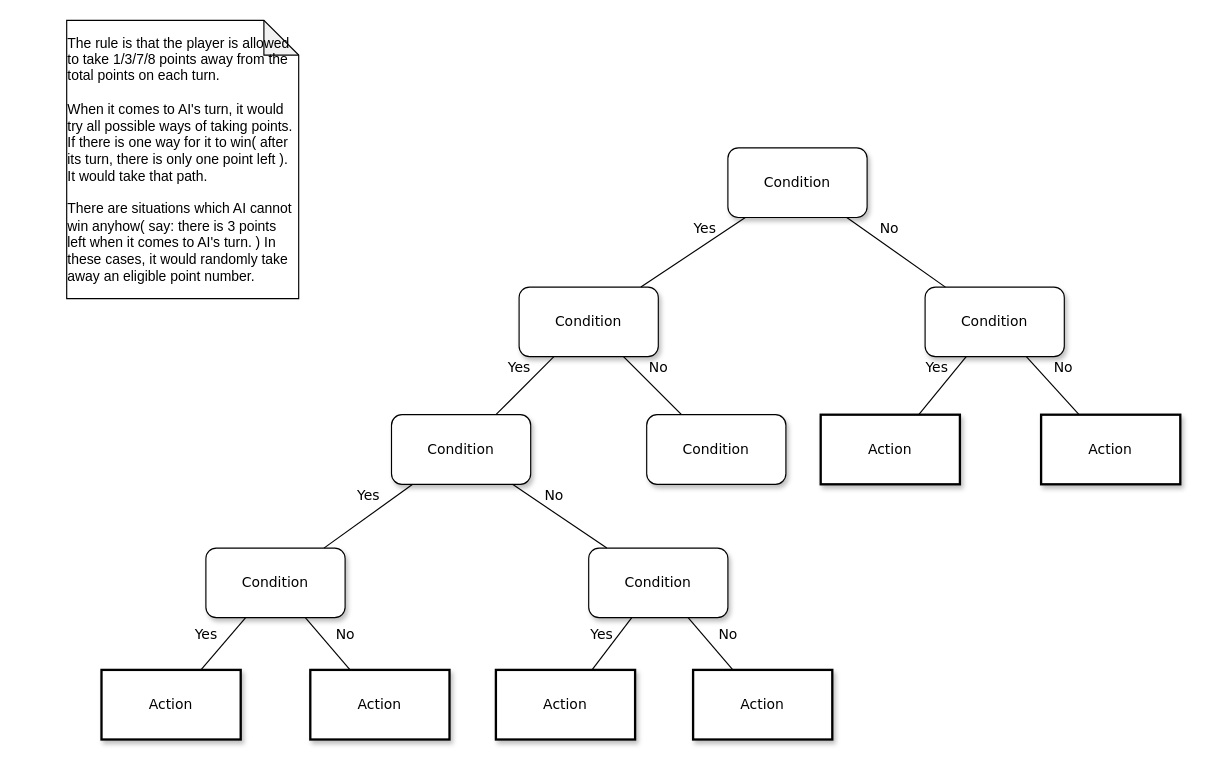
Before: Untitled Diagram.drawio in SabrinaWong0105/AI_minMax, a draw.io diagram. Source tidied: cells renumbered, new cells numbered last; positions are measured from the earlier drawing's top-left corner, leaving out a move shared by most shapes. Both pictures are drawn from the tidied source at 116%, with x=0, y=0 at pixel (66, 20).
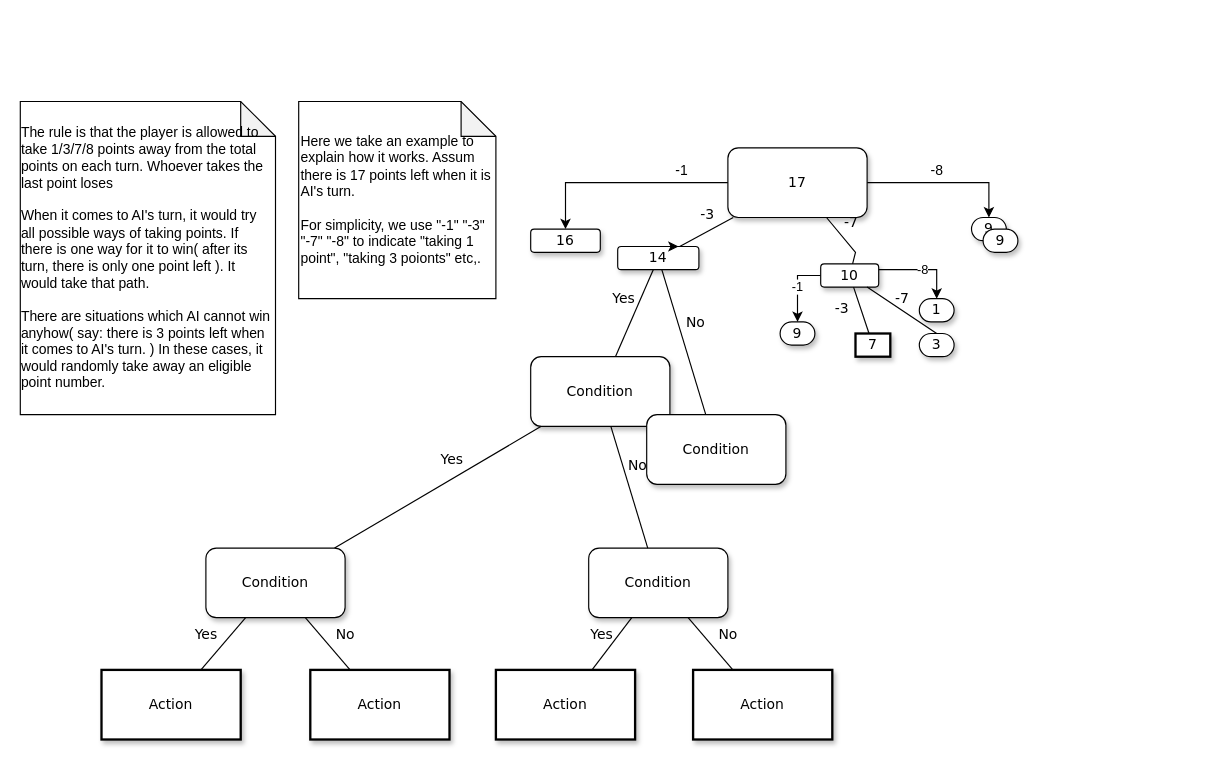
The same diagram, later.

Commit message:
part of diagram

What changed in the source:
```diff
@@
+    <mxCell id="28" style="edgeStyle=orthogonalEdgeStyle;rounded=0;jettySize=auto;html=1;exitX=0;exitY=0.5;exitDx=0;exitDy=0;entryX=0.5;entryY=0;entryDx=0;entryDy=0;" parent="1" edge="1" source="2" target="33">
+      <mxGeometry relative="1" as="geometry" />
+    </mxCell>
+    <mxCell id="29" style="edgeStyle=orthogonalEdgeStyle;rounded=0;jettySize=auto;html=1;exitX=1;exitY=0.5;exitDx=0;exitDy=0;entryX=0.5;entryY=0;entryDx=0;entryDy=0;" parent="1" edge="1" source="2" target="35">
+      <mxGeometry relative="1" as="geometry" />
+    </mxCell>
-    <mxCell id="2" value="Condition" style="whiteSpace=wrap;html=1;rounded=1;shadow=1;labelBackgroundColor=none;strokeWidth=1;fontFamily=Verdana;fontSize=12;align=center;" parent="1" vertex="1">
+    <mxCell id="2" value="17" style="whiteSpace=wrap;html=1;rounded=1;shadow=1;labelBackgroundColor=none;strokeWidth=1;fontFamily=Verdana;fontSize=12;align=center;" parent="1" vertex="1">
       <mxGeometry x="570" y="110" width="120" height="60" as="geometry" />
     </mxCell>
-    <mxCell id="3" value="&lt;span&gt;Condition&lt;/span&gt;" style="whiteSpace=wrap;html=1;rounded=1;shadow=1;labelBackgroundColor=none;strokeWidth=1;fontFamily=Verdana;fontSize=12;align=center;" parent="1" vertex="1">
-      <mxGeometry x="390" y="230" width="120" height="60" as="geometry" />
+    <mxCell id="3" value="&lt;span&gt;14&lt;/span&gt;" style="whiteSpace=wrap;html=1;rounded=1;shadow=1;labelBackgroundColor=none;strokeWidth=1;fontFamily=Verdana;fontSize=12;align=center;" parent="1" vertex="1">
+      <mxGeometry x="475" y="195" width="70" height="20" as="geometry" />
     </mxCell>
+    <mxCell id="30" value="-1" style="edgeStyle=orthogonalEdgeStyle;rounded=0;jettySize=auto;html=1;exitX=0;exitY=0.5;exitDx=0;exitDy=0;entryX=0.5;entryY=0;entryDx=0;entryDy=0;" parent="1" edge="1" source="4" target="40">
+      <mxGeometry relative="1" as="geometry" />
+    </mxCell>
+    <mxCell id="31" value="-8" style="edgeStyle=orthogonalEdgeStyle;rounded=0;jettySize=auto;html=1;exitX=1;exitY=0.25;exitDx=0;exitDy=0;entryX=0.5;entryY=0;entryDx=0;entryDy=0;" parent="1" edge="1" source="4" target="39">
+      <mxGeometry relative="1" as="geometry" />
+    </mxCell>
-    <mxCell id="4" value="&lt;span&gt;Condition&lt;/span&gt;" style="whiteSpace=wrap;html=1;rounded=1;shadow=1;labelBackgroundColor=none;strokeWidth=1;fontFamily=Verdana;fontSize=12;align=center;" parent="1" vertex="1">
-      <mxGeometry x="740" y="230" width="120" height="60" as="geometry" />
+    <mxCell id="4" value="&lt;span&gt;10&lt;/span&gt;" style="whiteSpace=wrap;html=1;rounded=1;shadow=1;labelBackgroundColor=none;strokeWidth=1;fontFamily=Verdana;fontSize=12;align=center;" parent="1" vertex="1">
+      <mxGeometry x="650" y="210" width="50" height="20" as="geometry" />
     </mxCell>
-    <mxCell id="5" value="No" style="rounded=0;html=1;labelBackgroundColor=none;startArrow=none;startFill=0;startSize=5;endArrow=none;endFill=0;endSize=5;jettySize=auto;strokeWidth=1;fontFamily=Verdana;fontSize=12;" parent="1" edge="1" source="2" target="4">
-      <mxGeometry x="-0.3" y="13" relative="1" as="geometry" />
+    <mxCell id="5" value="-7" style="rounded=0;html=1;labelBackgroundColor=none;startArrow=none;startFill=0;startSize=5;endArrow=none;endFill=0;endSize=5;jettySize=auto;strokeWidth=1;fontFamily=Verdana;fontSize=12;" parent="1" edge="1" source="2" target="4">
+      <mxGeometry x="-0.3" y="13" relative="1" as="geometry">
+        <Array as="points">
+          <mxPoint x="680" y="200" />
+        </Array>
+      </mxGeometry>
     </mxCell>
-    <mxCell id="6" value="Yes" style="rounded=0;html=1;labelBackgroundColor=none;startArrow=none;startFill=0;startSize=5;endArrow=none;endFill=0;endSize=5;jettySize=auto;strokeWidth=1;fontFamily=Verdana;fontSize=12;" parent="1" edge="1" source="2" target="3">
+    <mxCell id="6" value="-3&amp;nbsp;" style="rounded=0;labelBackgroundColor=none;startArrow=none;startFill=0;startSize=5;endArrow=none;endFill=0;endSize=5;jettySize=auto;strokeWidth=1;fontFamily=Verdana;fontSize=12;html=1;" parent="1" edge="1" source="2" target="3">
       <mxGeometry x="-0.36" y="-11" relative="1" as="geometry" />
     </mxCell>
     <mxCell id="7" value="&lt;span&gt;Condition&lt;/span&gt;" style="whiteSpace=wrap;html=1;rounded=1;shadow=1;labelBackgroundColor=none;strokeWidth=1;fontFamily=Verdana;fontSize=12;align=center;" parent="1" vertex="1">
-      <mxGeometry x="280" y="340" width="120" height="60" as="geometry" />
+      <mxGeometry x="400" y="290" width="120" height="60" as="geometry" />
     </mxCell>
@@
-    <mxCell id="9" value="&lt;span&gt;Action&lt;/span&gt;" style="whiteSpace=wrap;html=1;rounded=0;shadow=1;labelBackgroundColor=none;strokeWidth=2;fontFamily=Verdana;fontSize=12;align=center;" parent="1" vertex="1">
-      <mxGeometry x="650" y="340" width="120" height="60" as="geometry" />
+    <mxCell id="9" value="&lt;span&gt;7&lt;/span&gt;" style="whiteSpace=wrap;html=1;rounded=0;shadow=1;labelBackgroundColor=none;strokeWidth=2;fontFamily=Verdana;fontSize=12;align=center;" parent="1" vertex="1">
+      <mxGeometry x="680" y="270" width="30" height="20" as="geometry" />
     </mxCell>
-    <mxCell id="10" value="&lt;span&gt;Action&lt;/span&gt;" style="whiteSpace=wrap;html=1;rounded=0;shadow=1;labelBackgroundColor=none;strokeWidth=2;fontFamily=Verdana;fontSize=12;align=center;" parent="1" vertex="1">
-      <mxGeometry x="840" y="340" width="120" height="60" as="geometry" />
-    </mxCell>
@@
-    <mxCell id="15" value="Yes" style="rounded=0;html=1;labelBackgroundColor=none;startArrow=none;startFill=0;startSize=5;endArrow=none;endFill=0;endSize=5;jettySize=auto;strokeWidth=1;fontFamily=Verdana;fontSize=12;" parent="1" edge="1" source="4" target="9">
-      <mxGeometry x="-0.26" y="-13" relative="1" as="geometry" />
+    <mxCell id="15" value="-3" style="rounded=0;labelBackgroundColor=none;startArrow=none;startFill=0;startSize=5;endArrow=none;endFill=0;endSize=5;jettySize=auto;strokeWidth=1;fontFamily=Verdana;fontSize=12;html=1;" parent="1" edge="1" source="4" target="9">
+      <mxGeometry x="-0.31" y="-16" relative="1" as="geometry" />
     </mxCell>
-    <mxCell id="16" value="No" style="rounded=0;html=1;labelBackgroundColor=none;startArrow=none;startFill=0;startSize=5;endArrow=none;endFill=0;endSize=5;jettySize=auto;strokeWidth=1;fontFamily=Verdana;fontSize=12;" parent="1" edge="1" source="4" target="10">
-      <mxGeometry x="-0.13" y="17" relative="1" as="geometry" />
+    <mxCell id="16" value="-7" style="rounded=0;html=1;labelBackgroundColor=none;startArrow=none;startFill=0;startSize=5;endArrow=none;endFill=0;endSize=5;jettySize=auto;strokeWidth=1;fontFamily=Verdana;fontSize=12;entryX=0.5;entryY=0;entryDx=0;entryDy=0;" parent="1" edge="1" source="4" target="41">
+      <mxGeometry x="-0.15" y="8" relative="1" as="geometry">
+        <Array as="points">
+          <mxPoint x="720" y="250" />
+        </Array>
+        <mxPoint y="-1" as="offset" />
+      </mxGeometry>
     </mxCell>
@@
-    <mxCell id="27" value="&lt;div style=&quot;text-align: left;&quot;&gt;&lt;span style=&quot;background-color: initial;&quot;&gt;The rule is that the player is allowed to take 1/3/7/8 points away from the total points on each turn.&lt;br&gt;&lt;br&gt;When it comes to AI's turn, it would try all possible ways of taking points. If there is one way for it to win( after its turn, there is only one point left ). It would take that path.&lt;br&gt;&lt;br&gt;There are situations which AI cannot win anyhow( say: there is 3 points left when it comes to AI's turn. ) In these cases, it would randomly take away an eligible point number.&amp;nbsp;&lt;/span&gt;&lt;/div&gt;" style="shape=note;whiteSpace=wrap;html=1;backgroundOutline=1;darkOpacity=0.05;" parent="1" vertex="1">
-      <mxGeometry width="200" height="240" as="geometry" />
+    <mxCell id="27" value="&lt;div style=&quot;text-align: left;&quot;&gt;&lt;span style=&quot;background-color: initial;&quot;&gt;The rule is that the player is allowed to take 1/3/7/8 points away from the total points on each turn. Whoever takes the last point loses&lt;br&gt;&lt;br&gt;When it comes to AI's turn, it would try all possible ways of taking points. If there is one way for it to win( after its turn, there is only one point left ). It would take that path.&lt;br&gt;&lt;br&gt;There are situations which AI cannot win anyhow( say: there is 3 points left when it comes to AI's turn. ) In these cases, it would randomly take away an eligible point number.&amp;nbsp;&lt;/span&gt;&lt;/div&gt;" style="shape=note;whiteSpace=wrap;html=1;backgroundOutline=1;darkOpacity=0.05;" parent="1" vertex="1">
+      <mxGeometry x="-40" y="70" width="220" height="270" as="geometry" />
     </mxCell>
+    <mxCell id="32" value="Here we take an example to explain how it works. Assum there is 17 points left when it is AI's turn.&lt;br&gt;&lt;br&gt;For simplicity, we use &quot;-1&quot; &quot;-3&quot; &quot;-7&quot; &quot;-8&quot; to indicate &quot;taking 1 point&quot;, &quot;taking 3 poionts&quot; etc,." style="shape=note;whiteSpace=wrap;html=1;backgroundOutline=1;darkOpacity=0.05;align=left;" parent="1" vertex="1">
+      <mxGeometry x="200" y="70" width="170" height="170" as="geometry" />
+    </mxCell>
+    <mxCell id="33" value="&lt;span&gt;16&lt;/span&gt;" style="whiteSpace=wrap;html=1;rounded=1;shadow=1;labelBackgroundColor=none;strokeWidth=1;fontFamily=Verdana;fontSize=12;align=center;" parent="1" vertex="1">
+      <mxGeometry x="400" y="180" width="60" height="20" as="geometry" />
+    </mxCell>
+    <mxCell id="34" value="-1" style="text;html=1;align=center;verticalAlign=middle;strokeColor=none;fillColor=none;" parent="1" vertex="1">
+      <mxGeometry x="515" y="115" width="30" height="30" as="geometry" />
+    </mxCell>
+    <mxCell id="35" value="&lt;span&gt;9&lt;/span&gt;" style="whiteSpace=wrap;html=1;rounded=1;shadow=1;labelBackgroundColor=none;strokeWidth=1;fontFamily=Verdana;fontSize=12;align=center;arcSize=50;" parent="1" vertex="1">
+      <mxGeometry x="780" y="170" width="30" height="20" as="geometry" />
+    </mxCell>
+    <mxCell id="36" value="-8" style="text;html=1;align=center;verticalAlign=middle;strokeColor=none;fillColor=none;" parent="1" vertex="1">
+      <mxGeometry x="735" y="115" width="30" height="30" as="geometry" />
+    </mxCell>
+    <mxCell id="37" style="edgeStyle=orthogonalEdgeStyle;rounded=0;orthogonalLoop=1;jettySize=auto;html=1;exitX=0.25;exitY=0;exitDx=0;exitDy=0;entryX=0.75;entryY=0;entryDx=0;entryDy=0;" parent="1" edge="1" source="3" target="3">
+      <mxGeometry relative="1" as="geometry" />
+    </mxCell>
+    <mxCell id="38" value="&lt;span&gt;9&lt;/span&gt;" style="whiteSpace=wrap;html=1;rounded=1;shadow=1;labelBackgroundColor=none;strokeWidth=1;fontFamily=Verdana;fontSize=12;align=center;arcSize=50;" parent="1" vertex="1">
+      <mxGeometry x="790" y="180" width="30" height="20" as="geometry" />
+    </mxCell>
+    <mxCell id="39" value="&lt;span&gt;1&lt;/span&gt;" style="whiteSpace=wrap;html=1;rounded=1;shadow=1;labelBackgroundColor=none;strokeWidth=1;fontFamily=Verdana;fontSize=12;align=center;arcSize=50;" parent="1" vertex="1">
+      <mxGeometry x="735" y="240" width="30" height="20" as="geometry" />
+    </mxCell>
+    <mxCell id="40" value="&lt;span&gt;9&lt;/span&gt;" style="whiteSpace=wrap;html=1;rounded=1;shadow=1;labelBackgroundColor=none;strokeWidth=1;fontFamily=Verdana;fontSize=12;align=center;arcSize=50;" parent="1" vertex="1">
+      <mxGeometry x="615" y="260" width="30" height="20" as="geometry" />
+    </mxCell>
+    <mxCell id="41" value="&lt;span&gt;3&lt;/span&gt;" style="whiteSpace=wrap;html=1;rounded=1;shadow=1;labelBackgroundColor=none;strokeWidth=1;fontFamily=Verdana;fontSize=12;align=center;arcSize=50;" parent="1" vertex="1">
+      <mxGeometry x="735" y="270" width="30" height="20" as="geometry" />
+    </mxCell>
```
